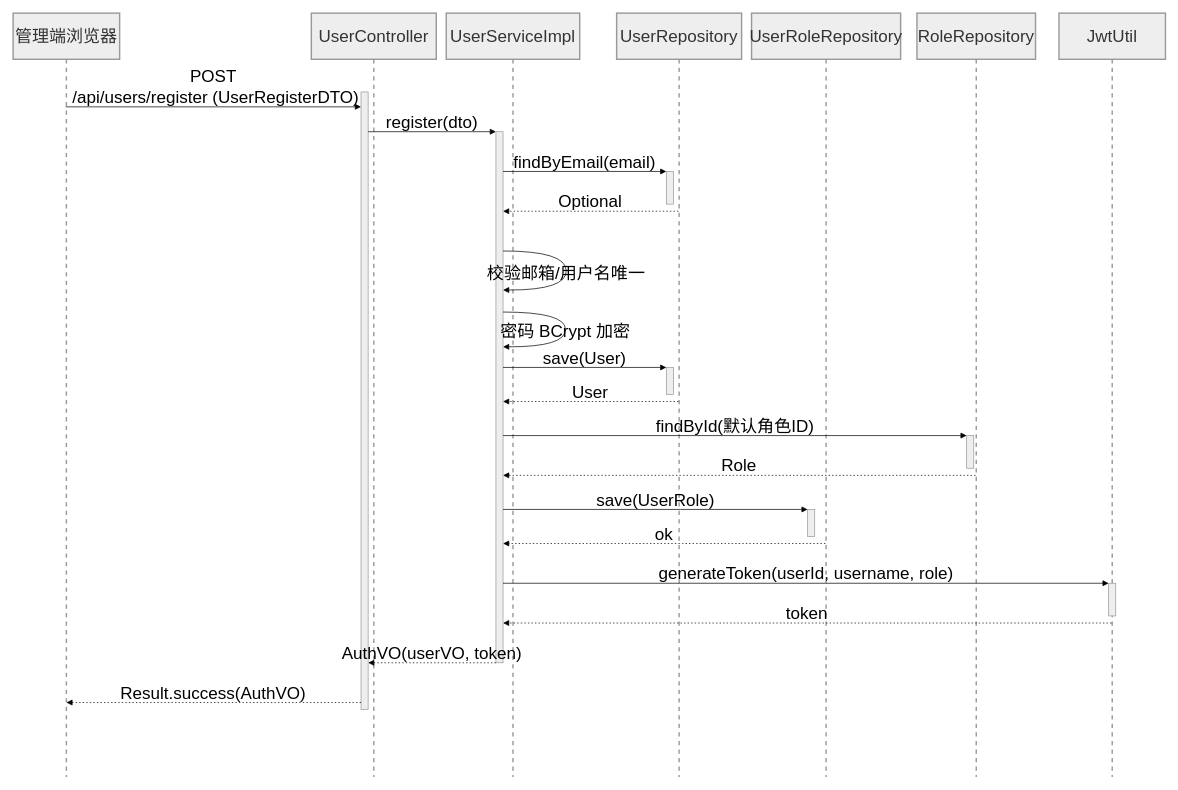
Earlier version of the draw.io diagram page "后台登录时序图" (20 of 33) of 题库E-R.drawio (ChenLiheng/question-project). Source tidied: cells renumbered, new cells numbered last; positions are measured from the earlier drawing's top-left corner, leaving out a move shared by most shapes. Both pictures are drawn from the tidied source at 71%, with x=0, y=0 at pixel (13, 13).
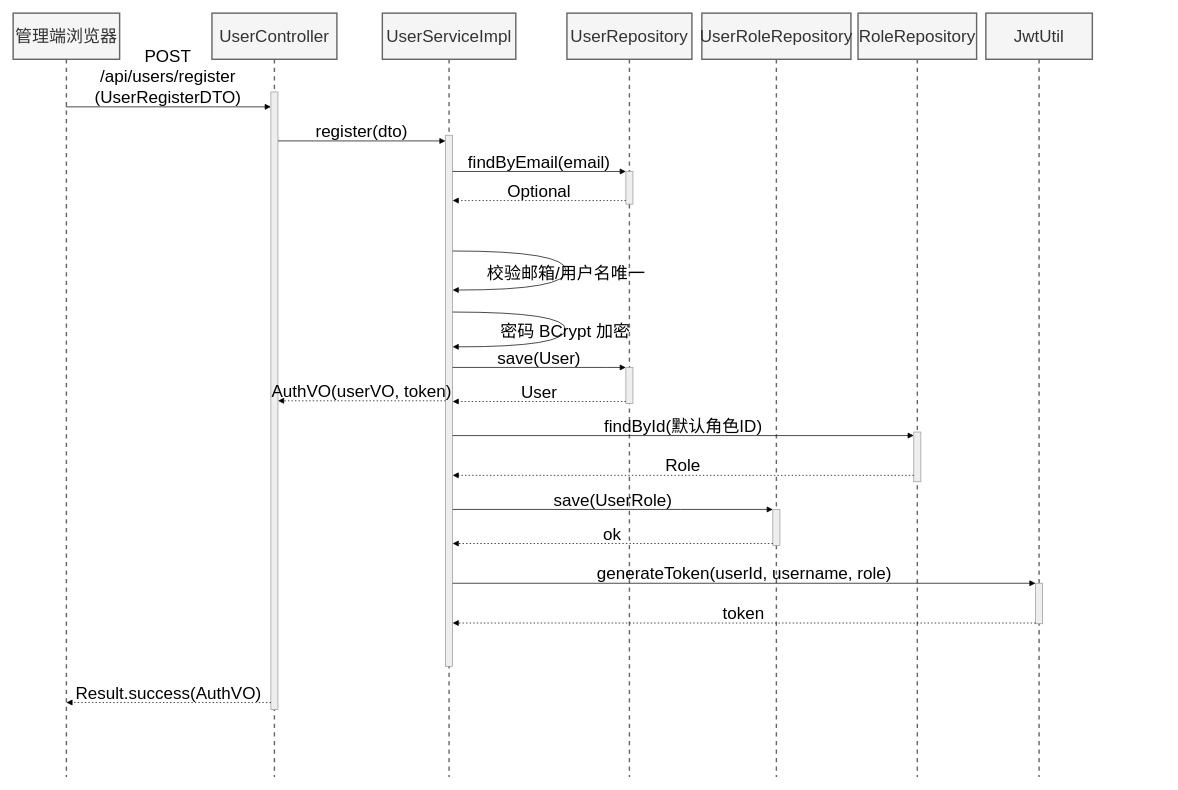
After the change.

Diff of the diagram source:
```diff
@@
+    <mxCell id="32" style="group;" parent="1" vertex="1">
+      <mxGeometry width="1520" height="1076" as="geometry" />
+    </mxCell>
-    <mxCell id="2" value="管理端浏览器" style="shape=umlLifeline;perimeter=lifelinePerimeter;whiteSpace=wrap;outlineConnect=0;portConstraint=eastwest;newEdgeStyle={&quot;edgeStyle&quot;:&quot;elbowEdgeStyle&quot;,&quot;elbow&quot;:&quot;vertical&quot;,&quot;curved&quot;:0,&quot;rounded&quot;:0};size=65;fillColor=light-dark(#eeeeee,#1f2020);strokeColor=light-dark(#999999,#cccccc);fontColor=light-dark(#333333,#cccccc);fontSize=24;strokeWidth=2;labelBackgroundColor=none;spacing=2;" parent="1" vertex="1">
+    <mxCell id="2" value="管理端浏览器" style="shape=umlLifeline;perimeter=lifelinePerimeter;whiteSpace=wrap;outlineConnect=0;portConstraint=eastwest;newEdgeStyle={&quot;edgeStyle&quot;:&quot;elbowEdgeStyle&quot;,&quot;elbow&quot;:&quot;vertical&quot;,&quot;curved&quot;:0,&quot;rounded&quot;:0};size=65;fillColor=#f5f5f5;strokeColor=#666666;fontColor=#333333;fontSize=24;strokeWidth=2;labelBackgroundColor=none;spacing=2;labelBorderColor=none;" parent="32" vertex="1">
       <mxGeometry width="150" height="1076" as="geometry" />
     </mxCell>
-    <mxCell id="3" value="UserController" style="shape=umlLifeline;perimeter=lifelinePerimeter;whiteSpace=wrap;newEdgeStyle={&quot;edgeStyle&quot;:&quot;elbowEdgeStyle&quot;,&quot;elbow&quot;:&quot;vertical&quot;,&quot;curved&quot;:0,&quot;rounded&quot;:0};size=65;fillColor=light-dark(#eeeeee,#1f2020);strokeColor=light-dark(#999999,#cccccc);fontColor=light-dark(#333333,#cccccc);fontSize=24;strokeWidth=2;labelBackgroundColor=none;spacing=2;" parent="1" vertex="1">
-      <mxGeometry x="420" width="176" height="1076" as="geometry" />
+    <mxCell id="3" value="UserController" style="shape=umlLifeline;perimeter=lifelinePerimeter;whiteSpace=wrap;newEdgeStyle={&quot;edgeStyle&quot;:&quot;elbowEdgeStyle&quot;,&quot;elbow&quot;:&quot;vertical&quot;,&quot;curved&quot;:0,&quot;rounded&quot;:0};size=65;fillColor=#f5f5f5;strokeColor=#666666;fontColor=#333333;fontSize=24;strokeWidth=2;labelBackgroundColor=none;spacing=2;gradientColor=none;" parent="32" vertex="1">
+      <mxGeometry x="280" width="176" height="1076" as="geometry" />
     </mxCell>
     <mxCell id="4" style="points=[];perimeter=orthogonalPerimeter;outlineConnect=0;targetShapes=umlLifeline;portConstraint=eastwest;newEdgeStyle={&quot;edgeStyle&quot;:&quot;elbowEdgeStyle&quot;,&quot;elbow&quot;:&quot;vertical&quot;,&quot;curved&quot;:0,&quot;rounded&quot;:0};fillColor=light-dark(#eeeeee,#1f2020);strokeColor=light-dark(#999999,#cccccc);fontColor=light-dark(#333333,#cccccc);fontSize=24;labelBackgroundColor=none;spacing=2;" parent="3" vertex="1">
-      <mxGeometry x="70" y="111" width="10" height="870" as="geometry" />
+      <mxGeometry x="83" y="111" width="10" height="870" as="geometry" />
     </mxCell>
-    <mxCell id="5" value="UserServiceImpl" style="shape=umlLifeline;perimeter=lifelinePerimeter;whiteSpace=wrap;newEdgeStyle={&quot;edgeStyle&quot;:&quot;elbowEdgeStyle&quot;,&quot;elbow&quot;:&quot;vertical&quot;,&quot;curved&quot;:0,&quot;rounded&quot;:0};size=65;fillColor=light-dark(#eeeeee,#1f2020);strokeColor=light-dark(#999999,#cccccc);fontColor=light-dark(#333333,#cccccc);fontSize=24;strokeWidth=2;labelBackgroundColor=none;spacing=2;" parent="1" vertex="1">
-      <mxGeometry x="610" width="188" height="1076" as="geometry" />
+    <mxCell id="5" value="UserServiceImpl" style="shape=umlLifeline;perimeter=lifelinePerimeter;whiteSpace=wrap;newEdgeStyle={&quot;edgeStyle&quot;:&quot;elbowEdgeStyle&quot;,&quot;elbow&quot;:&quot;vertical&quot;,&quot;curved&quot;:0,&quot;rounded&quot;:0};size=65;fillColor=#f5f5f5;strokeColor=#666666;fontColor=#333333;fontSize=24;strokeWidth=2;labelBackgroundColor=none;spacing=2;" parent="32" vertex="1">
+      <mxGeometry x="520" width="188" height="1076" as="geometry" />
     </mxCell>
     <mxCell id="6" style="points=[];perimeter=orthogonalPerimeter;outlineConnect=0;targetShapes=umlLifeline;portConstraint=eastwest;newEdgeStyle={&quot;edgeStyle&quot;:&quot;elbowEdgeStyle&quot;,&quot;elbow&quot;:&quot;vertical&quot;,&quot;curved&quot;:0,&quot;rounded&quot;:0};fillColor=light-dark(#eeeeee,#1f2020);strokeColor=light-dark(#999999,#cccccc);fontColor=light-dark(#333333,#cccccc);fontSize=24;labelBackgroundColor=none;spacing=2;" parent="5" vertex="1">
-      <mxGeometry x="70" y="167" width="10" height="748" as="geometry" />
+      <mxGeometry x="89" y="172" width="10" height="748" as="geometry" />
     </mxCell>
-    <mxCell id="7" value="UserRepository" style="shape=umlLifeline;perimeter=lifelinePerimeter;whiteSpace=wrap;outlineConnect=0;portConstraint=eastwest;newEdgeStyle={&quot;edgeStyle&quot;:&quot;elbowEdgeStyle&quot;,&quot;elbow&quot;:&quot;vertical&quot;,&quot;curved&quot;:0,&quot;rounded&quot;:0};size=65;fillColor=light-dark(#eeeeee,#1f2020);strokeColor=light-dark(#999999,#cccccc);fontColor=light-dark(#333333,#cccccc);fontSize=24;strokeWidth=2;labelBackgroundColor=none;spacing=2;" parent="1" vertex="1">
-      <mxGeometry x="850" width="176" height="1076" as="geometry" />
+    <mxCell id="7" value="UserRepository" style="shape=umlLifeline;perimeter=lifelinePerimeter;whiteSpace=wrap;outlineConnect=0;portConstraint=eastwest;newEdgeStyle={&quot;edgeStyle&quot;:&quot;elbowEdgeStyle&quot;,&quot;elbow&quot;:&quot;vertical&quot;,&quot;curved&quot;:0,&quot;rounded&quot;:0};size=65;fillColor=#f5f5f5;strokeColor=#666666;fontColor=#333333;fontSize=24;strokeWidth=2;labelBackgroundColor=none;spacing=2;" parent="32" vertex="1">
+      <mxGeometry x="780" width="176" height="1076" as="geometry" />
     </mxCell>
     <mxCell id="8" style="points=[];perimeter=orthogonalPerimeter;outlineConnect=0;targetShapes=umlLifeline;portConstraint=eastwest;newEdgeStyle={&quot;edgeStyle&quot;:&quot;elbowEdgeStyle&quot;,&quot;elbow&quot;:&quot;vertical&quot;,&quot;curved&quot;:0,&quot;rounded&quot;:0};fillColor=light-dark(#eeeeee,#1f2020);strokeColor=light-dark(#999999,#cccccc);fontColor=light-dark(#333333,#cccccc);fontSize=24;labelBackgroundColor=none;spacing=2;" parent="7" vertex="1">
-      <mxGeometry x="70" y="223" width="10" height="46" as="geometry" />
+      <mxGeometry x="83" y="223" width="10" height="46" as="geometry" />
     </mxCell>
     <mxCell id="9" style="points=[];perimeter=orthogonalPerimeter;outlineConnect=0;targetShapes=umlLifeline;portConstraint=eastwest;newEdgeStyle={&quot;edgeStyle&quot;:&quot;elbowEdgeStyle&quot;,&quot;elbow&quot;:&quot;vertical&quot;,&quot;curved&quot;:0,&quot;rounded&quot;:0};fillColor=light-dark(#eeeeee,#1f2020);strokeColor=light-dark(#999999,#cccccc);fontColor=light-dark(#333333,#cccccc);fontSize=24;labelBackgroundColor=none;spacing=2;" parent="7" vertex="1">
-      <mxGeometry x="70" y="499" width="10" height="38" as="geometry" />
+      <mxGeometry x="83" y="499" width="10" height="51" as="geometry" />
     </mxCell>
-    <mxCell id="10" value="UserRoleRepository" style="shape=umlLifeline;perimeter=lifelinePerimeter;whiteSpace=wrap;outlineConnect=0;portConstraint=eastwest;newEdgeStyle={&quot;edgeStyle&quot;:&quot;elbowEdgeStyle&quot;,&quot;elbow&quot;:&quot;vertical&quot;,&quot;curved&quot;:0,&quot;rounded&quot;:0};size=65;fillColor=light-dark(#eeeeee,#1f2020);strokeColor=light-dark(#999999,#cccccc);fontColor=light-dark(#333333,#cccccc);fontSize=24;strokeWidth=2;labelBackgroundColor=none;spacing=2;" parent="1" vertex="1">
-      <mxGeometry x="1040" width="210" height="1076" as="geometry" />
+    <mxCell id="10" value="UserRoleRepository" style="shape=umlLifeline;perimeter=lifelinePerimeter;whiteSpace=wrap;outlineConnect=0;portConstraint=eastwest;newEdgeStyle={&quot;edgeStyle&quot;:&quot;elbowEdgeStyle&quot;,&quot;elbow&quot;:&quot;vertical&quot;,&quot;curved&quot;:0,&quot;rounded&quot;:0};size=65;fillColor=#f5f5f5;strokeColor=#666666;fontColor=#333333;fontSize=24;strokeWidth=2;labelBackgroundColor=none;spacing=2;" parent="32" vertex="1">
+      <mxGeometry x="970" width="210" height="1076" as="geometry" />
     </mxCell>
     <mxCell id="11" style="points=[];perimeter=orthogonalPerimeter;outlineConnect=0;targetShapes=umlLifeline;portConstraint=eastwest;newEdgeStyle={&quot;edgeStyle&quot;:&quot;elbowEdgeStyle&quot;,&quot;elbow&quot;:&quot;vertical&quot;,&quot;curved&quot;:0,&quot;rounded&quot;:0};fillColor=light-dark(#eeeeee,#1f2020);strokeColor=light-dark(#999999,#cccccc);fontColor=light-dark(#333333,#cccccc);fontSize=24;labelBackgroundColor=none;spacing=2;" parent="10" vertex="1">
-      <mxGeometry x="79" y="699" width="10" height="38" as="geometry" />
+      <mxGeometry x="100" y="699" width="10" height="51" as="geometry" />
     </mxCell>
-    <mxCell id="12" value="RoleRepository" style="shape=umlLifeline;perimeter=lifelinePerimeter;whiteSpace=wrap;outlineConnect=0;portConstraint=eastwest;newEdgeStyle={&quot;edgeStyle&quot;:&quot;elbowEdgeStyle&quot;,&quot;elbow&quot;:&quot;vertical&quot;,&quot;curved&quot;:0,&quot;rounded&quot;:0};size=65;fillColor=light-dark(#eeeeee,#1f2020);strokeColor=light-dark(#999999,#cccccc);fontColor=light-dark(#333333,#cccccc);fontSize=24;strokeWidth=2;labelBackgroundColor=none;spacing=2;" parent="1" vertex="1">
-      <mxGeometry x="1273" width="167" height="1076" as="geometry" />
+    <mxCell id="12" value="RoleRepository" style="shape=umlLifeline;perimeter=lifelinePerimeter;whiteSpace=wrap;outlineConnect=0;portConstraint=eastwest;newEdgeStyle={&quot;edgeStyle&quot;:&quot;elbowEdgeStyle&quot;,&quot;elbow&quot;:&quot;vertical&quot;,&quot;curved&quot;:0,&quot;rounded&quot;:0};size=65;fillColor=#f5f5f5;strokeColor=#666666;fontColor=#333333;fontSize=24;strokeWidth=2;labelBackgroundColor=none;spacing=2;" parent="32" vertex="1">
+      <mxGeometry x="1190" width="167" height="1076" as="geometry" />
     </mxCell>
     <mxCell id="13" style="points=[];perimeter=orthogonalPerimeter;outlineConnect=0;targetShapes=umlLifeline;portConstraint=eastwest;newEdgeStyle={&quot;edgeStyle&quot;:&quot;elbowEdgeStyle&quot;,&quot;elbow&quot;:&quot;vertical&quot;,&quot;curved&quot;:0,&quot;rounded&quot;:0};fillColor=light-dark(#eeeeee,#1f2020);strokeColor=light-dark(#999999,#cccccc);fontColor=light-dark(#333333,#cccccc);fontSize=24;labelBackgroundColor=none;spacing=2;" parent="12" vertex="1">
-      <mxGeometry x="70" y="595" width="10" height="46" as="geometry" />
+      <mxGeometry x="78.5" y="590" width="10" height="70" as="geometry" />
     </mxCell>
-    <mxCell id="14" value="JwtUtil" style="shape=umlLifeline;perimeter=lifelinePerimeter;whiteSpace=wrap;outlineConnect=0;portConstraint=eastwest;newEdgeStyle={&quot;edgeStyle&quot;:&quot;elbowEdgeStyle&quot;,&quot;elbow&quot;:&quot;vertical&quot;,&quot;curved&quot;:0,&quot;rounded&quot;:0};size=65;fillColor=light-dark(#eeeeee,#1f2020);strokeColor=light-dark(#999999,#cccccc);fontColor=light-dark(#333333,#cccccc);fontSize=24;strokeWidth=2;labelBackgroundColor=none;spacing=2;" parent="1" vertex="1">
-      <mxGeometry x="1473" width="150" height="1076" as="geometry" />
+    <mxCell id="14" value="JwtUtil" style="shape=umlLifeline;perimeter=lifelinePerimeter;whiteSpace=wrap;outlineConnect=0;portConstraint=eastwest;newEdgeStyle={&quot;edgeStyle&quot;:&quot;elbowEdgeStyle&quot;,&quot;elbow&quot;:&quot;vertical&quot;,&quot;curved&quot;:0,&quot;rounded&quot;:0};size=65;fillColor=#f5f5f5;strokeColor=#666666;fontColor=#333333;fontSize=24;strokeWidth=2;labelBackgroundColor=none;spacing=2;" parent="32" vertex="1">
+      <mxGeometry x="1370" width="150" height="1076" as="geometry" />
     </mxCell>
     <mxCell id="15" style="points=[];perimeter=orthogonalPerimeter;outlineConnect=0;targetShapes=umlLifeline;portConstraint=eastwest;newEdgeStyle={&quot;edgeStyle&quot;:&quot;elbowEdgeStyle&quot;,&quot;elbow&quot;:&quot;vertical&quot;,&quot;curved&quot;:0,&quot;rounded&quot;:0};fillColor=light-dark(#eeeeee,#1f2020);strokeColor=light-dark(#999999,#cccccc);fontColor=light-dark(#333333,#cccccc);fontSize=24;labelBackgroundColor=none;spacing=2;" parent="14" vertex="1">
-      <mxGeometry x="70" y="803" width="10" height="46" as="geometry" />
+      <mxGeometry x="70" y="803" width="10" height="57" as="geometry" />
     </mxCell>
-    <mxCell id="16" value="POST&#10; /api/users/register (UserRegisterDTO)" style="verticalAlign=bottom;edgeStyle=elbowEdgeStyle;elbow=vertical;curved=0;rounded=0;endArrow=block;fontSize=24;labelBackgroundColor=none;spacing=2;" parent="1" edge="1" target="4">
+    <mxCell id="16" value="POST&#10; /api/users/register &#10;(UserRegisterDTO)" style="verticalAlign=bottom;edgeStyle=elbowEdgeStyle;elbow=vertical;curved=0;rounded=0;endArrow=block;fontSize=24;labelBackgroundColor=none;spacing=2;" parent="32" edge="1" target="4">
       <mxGeometry relative="1" as="geometry">
         <mxPoint x="74.2" y="132" as="sourcePoint" />
         <Array as="points">
           <mxPoint x="285" y="132" />
         </Array>
       </mxGeometry>
     </mxCell>
-    <mxCell id="17" value="register(dto)" style="verticalAlign=bottom;edgeStyle=elbowEdgeStyle;elbow=vertical;curved=0;rounded=0;endArrow=block;fontSize=24;labelBackgroundColor=none;spacing=2;" parent="1" edge="1" source="4" target="6">
+    <mxCell id="17" value="register(dto)" style="verticalAlign=bottom;edgeStyle=elbowEdgeStyle;elbow=vertical;curved=0;rounded=0;endArrow=block;fontSize=24;labelBackgroundColor=none;spacing=2;" parent="32" edge="1" target="6">
       <mxGeometry relative="1" as="geometry">
+        <mxPoint x="373" y="180" as="sourcePoint" />
         <Array as="points">
-          <mxPoint x="611" y="167" />
+          <mxPoint x="611" y="180" />
         </Array>
       </mxGeometry>
     </mxCell>
-    <mxCell id="18" value="findByEmail(email)" style="verticalAlign=bottom;edgeStyle=elbowEdgeStyle;elbow=vertical;curved=0;rounded=0;endArrow=block;fontSize=24;labelBackgroundColor=none;spacing=2;" parent="1" edge="1" source="6" target="8">
+    <mxCell id="18" value="findByEmail(email)" style="verticalAlign=bottom;edgeStyle=elbowEdgeStyle;elbow=vertical;curved=0;rounded=0;endArrow=block;fontSize=24;labelBackgroundColor=none;spacing=2;" parent="32" edge="1" source="6" target="8">
       <mxGeometry relative="1" as="geometry">
         <Array as="points">
           <mxPoint x="836" y="223" />
         </Array>
       </mxGeometry>
     </mxCell>
-    <mxCell id="19" value="Optional" style="verticalAlign=bottom;edgeStyle=elbowEdgeStyle;elbow=vertical;curved=0;rounded=0;dashed=1;dashPattern=2 3;endArrow=block;fontSize=24;labelBackgroundColor=none;spacing=2;" parent="1" edge="1" source="7" target="6">
+    <mxCell id="19" value="Optional" style="verticalAlign=bottom;edgeStyle=elbowEdgeStyle;elbow=vertical;curved=0;rounded=0;dashed=1;dashPattern=2 3;endArrow=block;fontSize=24;labelBackgroundColor=none;spacing=2;" parent="32" edge="1" source="8" target="6">
       <mxGeometry relative="1" as="geometry">
         <Array as="points">
-          <mxPoint x="839" y="279" />
+          <mxPoint x="839" y="264" />
         </Array>
       </mxGeometry>
     </mxCell>
-    <mxCell id="20" value="校验邮箱/用户名唯一" style="curved=1;endArrow=block;rounded=0;fontSize=24;labelBackgroundColor=none;spacing=2;" parent="1" edge="1" source="6" target="6">
+    <mxCell id="20" value="校验邮箱/用户名唯一" style="curved=1;endArrow=block;rounded=0;fontSize=24;labelBackgroundColor=none;spacing=2;" parent="32" edge="1" source="6" target="6">
       <mxGeometry relative="1" as="geometry">
         <Array as="points">
           <mxPoint x="778" y="335" />
           <mxPoint x="780" y="390" />
         </Array>
       </mxGeometry>
     </mxCell>
-    <mxCell id="21" value="密码 BCrypt 加密" style="curved=1;endArrow=block;rounded=0;fontSize=24;labelBackgroundColor=none;spacing=2;" parent="1" edge="1" source="6" target="6">
+    <mxCell id="21" value="密码 BCrypt 加密" style="curved=1;endArrow=block;rounded=0;fontSize=24;labelBackgroundColor=none;spacing=2;" parent="32" edge="1" source="6" target="6">
       <mxGeometry relative="1" as="geometry">
         <Array as="points">
           <mxPoint x="778" y="421" />
           <mxPoint x="778" y="470" />
         </Array>
       </mxGeometry>
     </mxCell>
-    <mxCell id="22" value="save(User)" style="verticalAlign=bottom;edgeStyle=elbowEdgeStyle;elbow=vertical;curved=0;rounded=0;endArrow=block;fontSize=24;labelBackgroundColor=none;spacing=2;" parent="1" edge="1" source="6" target="9">
+    <mxCell id="22" value="save(User)" style="verticalAlign=bottom;edgeStyle=elbowEdgeStyle;elbow=vertical;curved=0;rounded=0;endArrow=block;fontSize=24;labelBackgroundColor=none;spacing=2;" parent="32" edge="1" source="6" target="9">
       <mxGeometry relative="1" as="geometry">
         <Array as="points">
           <mxPoint x="836" y="499" />
         </Array>
       </mxGeometry>
     </mxCell>
-    <mxCell id="23" value="User" style="verticalAlign=bottom;edgeStyle=elbowEdgeStyle;elbow=vertical;curved=0;rounded=0;dashed=1;dashPattern=2 3;endArrow=block;fontSize=24;labelBackgroundColor=none;spacing=2;" parent="1" edge="1" source="7" target="6">
+    <mxCell id="23" value="User" style="verticalAlign=bottom;edgeStyle=elbowEdgeStyle;elbow=vertical;curved=0;rounded=0;dashed=1;dashPattern=2 3;endArrow=block;fontSize=24;labelBackgroundColor=none;spacing=2;" parent="32" edge="1" source="9" target="6">
       <mxGeometry relative="1" as="geometry">
         <Array as="points">
           <mxPoint x="839" y="547" />
         </Array>
       </mxGeometry>
     </mxCell>
-    <mxCell id="24" value="findById(默认角色ID)" style="verticalAlign=bottom;edgeStyle=elbowEdgeStyle;elbow=vertical;curved=0;rounded=0;endArrow=block;fontSize=24;labelBackgroundColor=none;spacing=2;" parent="1" edge="1" source="6" target="13">
+    <mxCell id="24" value="findById(默认角色ID)" style="verticalAlign=bottom;edgeStyle=elbowEdgeStyle;elbow=vertical;curved=0;rounded=0;endArrow=block;fontSize=24;labelBackgroundColor=none;spacing=2;" parent="32" edge="1" source="6" target="13">
       <mxGeometry relative="1" as="geometry">
         <Array as="points">
           <mxPoint x="1044" y="595" />
         </Array>
       </mxGeometry>
     </mxCell>
-    <mxCell id="25" value="Role" style="verticalAlign=bottom;edgeStyle=elbowEdgeStyle;elbow=vertical;curved=0;rounded=0;dashed=1;dashPattern=2 3;endArrow=block;fontSize=24;labelBackgroundColor=none;spacing=2;" parent="1" edge="1" source="12" target="6">
+    <mxCell id="25" value="Role" style="verticalAlign=bottom;edgeStyle=elbowEdgeStyle;elbow=vertical;curved=0;rounded=0;dashed=1;dashPattern=2 3;endArrow=block;fontSize=24;labelBackgroundColor=none;spacing=2;" parent="32" edge="1" source="13" target="6">
       <mxGeometry relative="1" as="geometry">
         <Array as="points">
           <mxPoint x="1047" y="651" />
         </Array>
       </mxGeometry>
     </mxCell>
-    <mxCell id="26" value="save(UserRole)" style="verticalAlign=bottom;edgeStyle=elbowEdgeStyle;elbow=vertical;curved=0;rounded=0;endArrow=block;fontSize=24;labelBackgroundColor=none;spacing=2;" parent="1" edge="1" source="6" target="11">
+    <mxCell id="26" value="save(UserRole)" style="verticalAlign=bottom;edgeStyle=elbowEdgeStyle;elbow=vertical;curved=0;rounded=0;endArrow=block;fontSize=24;labelBackgroundColor=none;spacing=2;" parent="32" edge="1" source="6" target="11">
       <mxGeometry relative="1" as="geometry">
         <Array as="points">
           <mxPoint x="940" y="699" />
         </Array>
       </mxGeometry>
     </mxCell>
-    <mxCell id="27" value="ok" style="verticalAlign=bottom;edgeStyle=elbowEdgeStyle;elbow=vertical;curved=0;rounded=0;dashed=1;dashPattern=2 3;endArrow=block;fontSize=24;labelBackgroundColor=none;spacing=2;" parent="1" edge="1" source="10" target="6">
+    <mxCell id="27" value="ok" style="verticalAlign=bottom;edgeStyle=elbowEdgeStyle;elbow=vertical;curved=0;rounded=0;dashed=1;dashPattern=2 3;endArrow=block;fontSize=24;labelBackgroundColor=none;spacing=2;" parent="32" edge="1" source="11" target="6">
       <mxGeometry relative="1" as="geometry">
         <Array as="points">
           <mxPoint x="943" y="747" />
         </Array>
       </mxGeometry>
     </mxCell>
-    <mxCell id="28" value="generateToken(userId, username, role)" style="verticalAlign=bottom;edgeStyle=elbowEdgeStyle;elbow=vertical;curved=0;rounded=0;endArrow=block;fontSize=24;labelBackgroundColor=none;spacing=2;" parent="1" edge="1" source="6" target="15">
+    <mxCell id="28" value="generateToken(userId, username, role)" style="verticalAlign=bottom;edgeStyle=elbowEdgeStyle;elbow=vertical;curved=0;rounded=0;endArrow=block;fontSize=24;labelBackgroundColor=none;spacing=2;" parent="32" edge="1" source="6" target="15">
       <mxGeometry relative="1" as="geometry">
         <Array as="points">
           <mxPoint x="1144" y="803" />
         </Array>
       </mxGeometry>
     </mxCell>
-    <mxCell id="29" value="token" style="verticalAlign=bottom;edgeStyle=elbowEdgeStyle;elbow=vertical;curved=0;rounded=0;dashed=1;dashPattern=2 3;endArrow=block;fontSize=24;labelBackgroundColor=none;spacing=2;" parent="1" edge="1" source="14" target="6">
+    <mxCell id="29" value="token" style="verticalAlign=bottom;edgeStyle=elbowEdgeStyle;elbow=vertical;curved=0;rounded=0;dashed=1;dashPattern=2 3;endArrow=block;fontSize=24;labelBackgroundColor=none;spacing=2;" parent="32" edge="1" source="15" target="6">
       <mxGeometry relative="1" as="geometry">
         <Array as="points">
           <mxPoint x="1147" y="859" />
         </Array>
       </mxGeometry>
     </mxCell>
-    <mxCell id="30" value="AuthVO(userVO, token)" style="verticalAlign=bottom;edgeStyle=elbowEdgeStyle;elbow=vertical;curved=0;rounded=0;dashed=1;dashPattern=2 3;endArrow=block;fontSize=24;labelBackgroundColor=none;spacing=2;" parent="1" edge="1" source="6" target="4">
+    <mxCell id="30" value="AuthVO(userVO, token)" style="verticalAlign=bottom;edgeStyle=elbowEdgeStyle;elbow=vertical;curved=0;rounded=0;dashed=1;dashPattern=2 3;endArrow=block;fontSize=24;labelBackgroundColor=none;spacing=2;" parent="32" edge="1" source="6" target="4">
       <mxGeometry relative="1" as="geometry">
         <Array as="points">
           <mxPoint x="614" y="915" />
         </Array>
       </mxGeometry>
     </mxCell>
-    <mxCell id="31" value="Result.success(AuthVO)" style="verticalAlign=bottom;edgeStyle=elbowEdgeStyle;elbow=vertical;curved=0;rounded=0;dashed=1;dashPattern=2 3;endArrow=block;fontSize=24;labelBackgroundColor=none;spacing=2;" parent="1" edge="1" source="4" target="2">
+    <mxCell id="31" value="Result.success(AuthVO)" style="verticalAlign=bottom;edgeStyle=elbowEdgeStyle;elbow=vertical;curved=0;rounded=0;dashed=1;dashPattern=2 3;endArrow=block;fontSize=24;labelBackgroundColor=none;spacing=2;" parent="32" edge="1" source="4" target="2">
       <mxGeometry relative="1" as="geometry">
         <Array as="points">
           <mxPoint x="288" y="971" />
         </Array>
       </mxGeometry>
     </mxCell>
```
